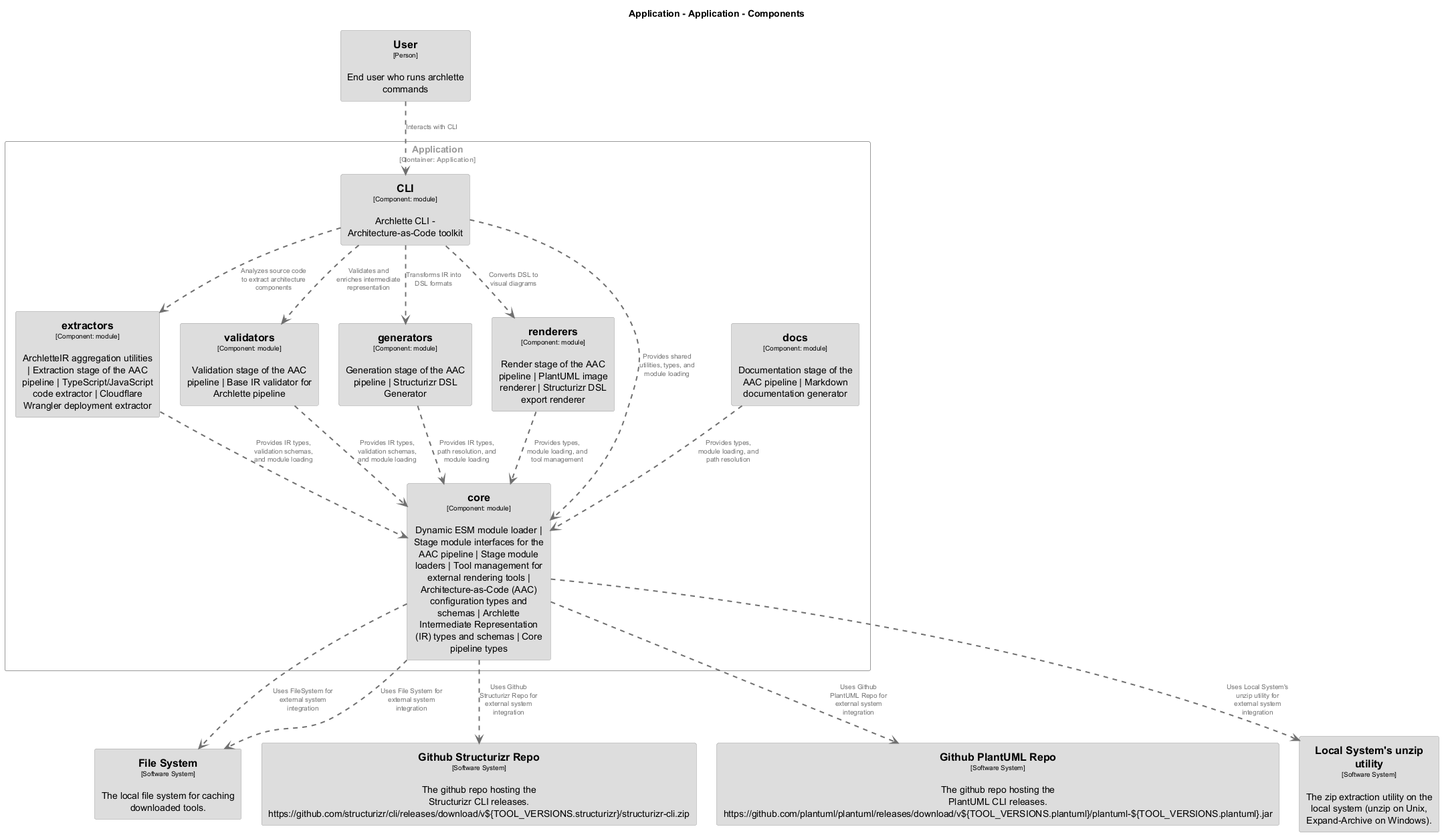
Earlier version of the PlantUML export docs/architecture/diagrams/structurizr-Components_Application.png (chrislyons-dev/archlette). The source it was exported from:
```plantuml
@startuml
set separator none
title Application - Application - Components

top to bottom direction
skinparam ranksep 60
skinparam nodesep 30

skinparam {
  arrowFontSize 10
  defaultTextAlignment center
  wrapWidth 200
  maxMessageSize 100
}

hide stereotype

skinparam rectangle<<Application.Application.CLI>> {
  BackgroundColor #dddddd
  FontColor #000000
  BorderColor #9a9a9a
  shadowing false
}
skinparam rectangle<<FileSystem>> {
  BackgroundColor #dddddd
  FontColor #000000
  BorderColor #9a9a9a
  shadowing false
}
skinparam rectangle<<FileSystem>> {
  BackgroundColor #dddddd
  FontColor #000000
  BorderColor #9a9a9a
  shadowing false
}
skinparam rectangle<<GithubPlantUMLRepo>> {
  BackgroundColor #dddddd
  FontColor #000000
  BorderColor #9a9a9a
  shadowing false
}
skinparam rectangle<<GithubStructurizrRepo>> {
  BackgroundColor #dddddd
  FontColor #000000
  BorderColor #9a9a9a
  shadowing false
}
skinparam rectangle<<LocalSystemsunziputility>> {
  BackgroundColor #dddddd
  FontColor #000000
  BorderColor #9a9a9a
  shadowing false
}
skinparam rectangle<<User>> {
  BackgroundColor #dddddd
  FontColor #000000
  BorderColor #9a9a9a
  shadowing false
}
skinparam rectangle<<Application.Application.core>> {
  BackgroundColor #dddddd
  FontColor #000000
  BorderColor #9a9a9a
  shadowing false
}
skinparam rectangle<<Application.Application.docs>> {
  BackgroundColor #dddddd
  FontColor #000000
  BorderColor #9a9a9a
  shadowing false
}
skinparam rectangle<<Application.Application.extractors>> {
  BackgroundColor #dddddd
  FontColor #000000
  BorderColor #9a9a9a
  shadowing false
}
skinparam rectangle<<Application.Application.generators>> {
  BackgroundColor #dddddd
  FontColor #000000
  BorderColor #9a9a9a
  shadowing false
}
skinparam rectangle<<Application.Application.renderers>> {
  BackgroundColor #dddddd
  FontColor #000000
  BorderColor #9a9a9a
  shadowing false
}
skinparam rectangle<<Application.Application.validators>> {
  BackgroundColor #dddddd
  FontColor #000000
  BorderColor #9a9a9a
  shadowing false
}
skinparam rectangle<<Application.Application>> {
  BorderColor #9a9a9a
  FontColor #9a9a9a
  shadowing false
}

rectangle "==User\n<size:10>[Person]</size>\n\nEnd user who runs archlette commands" <<User>> as User
rectangle "==FileSystem\n<size:10>[Software System]</size>\n\nFile system for reading and writing files" <<FileSystem>> as FileSystem
rectangle "==Github Structurizr Repo\n<size:10>[Software System]</size>\n\nThe github repo hosting the Structurizr CLI releases. https://github.com/structurizr/cli/releases/download/v${TOOL_VERSIONS.structurizr}/structurizr-cli.zip" <<GithubStructurizrRepo>> as GithubStructurizrRepo
rectangle "==Github PlantUML Repo\n<size:10>[Software System]</size>\n\nThe github repo hosting the PlantUML CLI releases. https://github.com/plantuml/plantuml/releases/download/v${TOOL_VERSIONS.plantuml}/plantuml-${TOOL_VERSIONS.plantuml}.jar" <<GithubPlantUMLRepo>> as GithubPlantUMLRepo
rectangle "==Local System's unzip utility\n<size:10>[Software System]</size>\n\nThe zip extraction utility on the local system (unzip on Unix, Expand-Archive on Windows)." <<LocalSystemsunziputility>> as LocalSystemsunziputility
rectangle "==File System\n<size:10>[Software System]</size>\n\nThe local file system for caching downloaded tools." <<FileSystem>> as FileSystem

rectangle "Application\n<size:10>[Container: Application]</size>" <<Application.Application>> {
  rectangle "==extractors\n<size:10>[Component: module]</size>\n\nArchletteIR aggregation utilities | Extraction stage of the AAC pipeline | TypeScript/JavaScript code extractor | Cloudflare Wrangler deployment extractor" <<Application.Application.extractors>> as Application.Application.extractors
  rectangle "==validators\n<size:10>[Component: module]</size>\n\nValidation stage of the AAC pipeline | Base IR validator for Archlette pipeline" <<Application.Application.validators>> as Application.Application.validators
  rectangle "==generators\n<size:10>[Component: module]</size>\n\nGeneration stage of the AAC pipeline | Structurizr DSL Generator" <<Application.Application.generators>> as Application.Application.generators
  rectangle "==renderers\n<size:10>[Component: module]</size>\n\nRender stage of the AAC pipeline | PlantUML image renderer | Structurizr DSL export renderer" <<Application.Application.renderers>> as Application.Application.renderers
  rectangle "==docs\n<size:10>[Component: module]</size>\n\nDocumentation stage of the AAC pipeline | Markdown documentation generator" <<Application.Application.docs>> as Application.Application.docs
  rectangle "==core\n<size:10>[Component: module]</size>\n\nDynamic ESM module loader | Stage module interfaces for the AAC pipeline | Stage module loaders | Tool management for external rendering tools | Architecture-as-Code (AAC) configuration types and schemas | Archlette Intermediate Representation (IR) types and schemas | Core pipeline types" <<Application.Application.core>> as Application.Application.core
  rectangle "==CLI\n<size:10>[Component: module]</size>\n\nArchlette CLI - Architecture-as-Code toolkit" <<Application.Application.CLI>> as Application.Application.CLI
}

Application.Application.core .[#707070,thickness=2].> FileSystem : "<color:#707070>Uses FileSystem for external system integration"
Application.Application.core .[#707070,thickness=2].> GithubStructurizrRepo : "<color:#707070>Uses Github Structurizr Repo for external system integration"
Application.Application.core .[#707070,thickness=2].> GithubPlantUMLRepo : "<color:#707070>Uses Github PlantUML Repo for external system integration"
Application.Application.core .[#707070,thickness=2].> LocalSystemsunziputility : "<color:#707070>Uses Local System's unzip utility for external system integration"
Application.Application.core .[#707070,thickness=2].> FileSystem : "<color:#707070>Uses File System for external system integration"
Application.Application.CLI .[#707070,thickness=2].> Application.Application.extractors : "<color:#707070>Analyzes source code to extract architecture components"
Application.Application.CLI .[#707070,thickness=2].> Application.Application.validators : "<color:#707070>Validates and enriches intermediate representation"
Application.Application.CLI .[#707070,thickness=2].> Application.Application.generators : "<color:#707070>Transforms IR into DSL formats"
Application.Application.CLI .[#707070,thickness=2].> Application.Application.renderers : "<color:#707070>Converts DSL to visual diagrams"
Application.Application.CLI .[#707070,thickness=2].> Application.Application.core : "<color:#707070>Provides shared utilities, types, and module loading"
Application.Application.extractors .[#707070,thickness=2].> Application.Application.core : "<color:#707070>Provides IR types, validation schemas, and module loading"
Application.Application.validators .[#707070,thickness=2].> Application.Application.core : "<color:#707070>Provides IR types, validation schemas, and module loading"
Application.Application.generators .[#707070,thickness=2].> Application.Application.core : "<color:#707070>Provides IR types, path resolution, and module loading"
Application.Application.renderers .[#707070,thickness=2].> Application.Application.core : "<color:#707070>Provides types, module loading, and tool management"
Application.Application.docs .[#707070,thickness=2].> Application.Application.core : "<color:#707070>Provides types, module loading, and path resolution"
User .[#707070,thickness=2].> Application.Application.CLI : "<color:#707070>Interacts with CLI"
@enduml
```
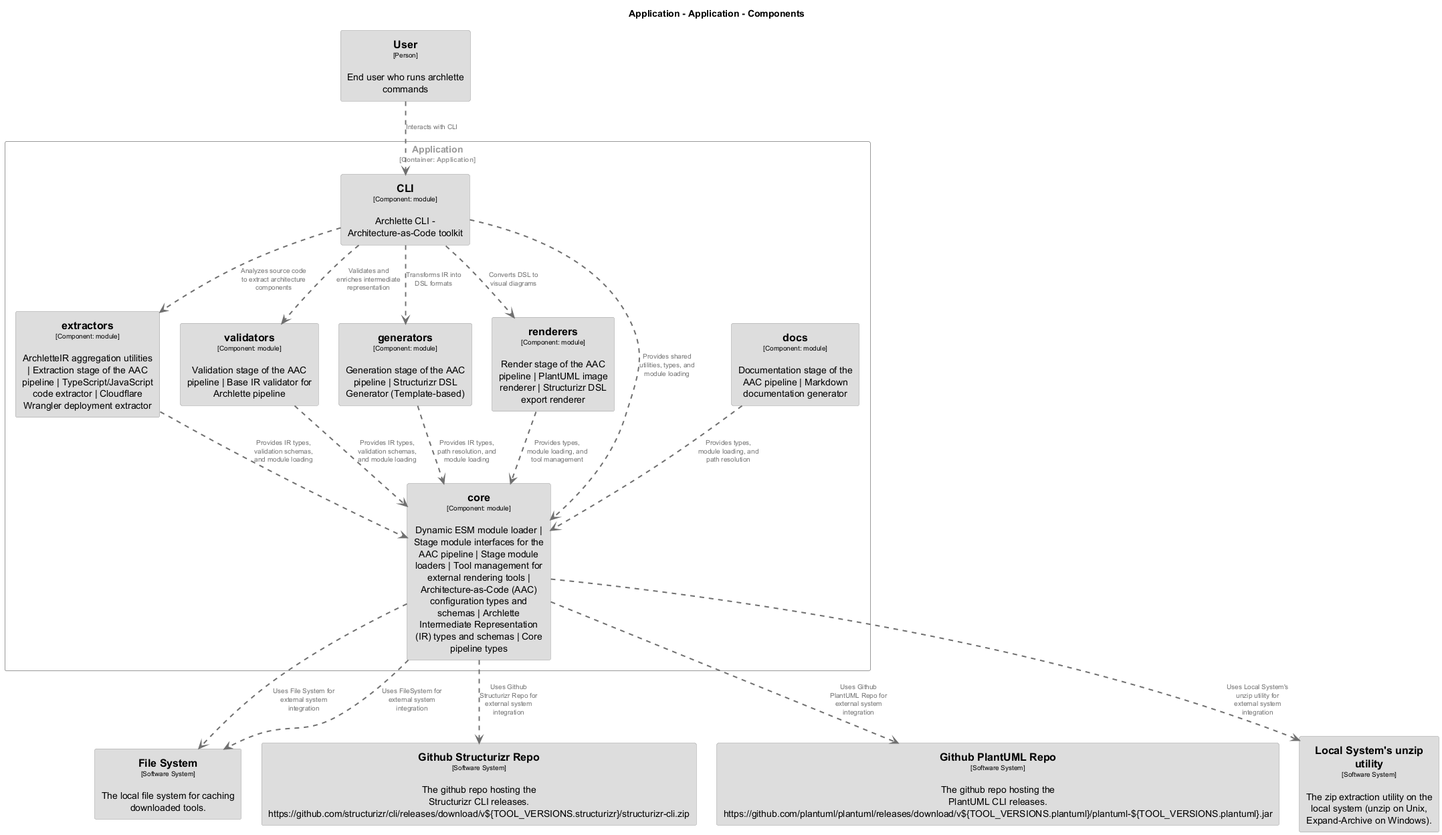
The same file after the commit.

Diff of the diagram source:
```diff
@@ -109,16 +109,13 @@
 rectangle "Application\n<size:10>[Container: Application]</size>" <<Application.Application>> {
   rectangle "==extractors\n<size:10>[Component: module]</size>\n\nArchletteIR aggregation utilities | Extraction stage of the AAC pipeline | TypeScript/JavaScript code extractor | Cloudflare Wrangler deployment extractor" <<Application.Application.extractors>> as Application.Application.extractors
   rectangle "==validators\n<size:10>[Component: module]</size>\n\nValidation stage of the AAC pipeline | Base IR validator for Archlette pipeline" <<Application.Application.validators>> as Application.Application.validators
-  rectangle "==generators\n<size:10>[Component: module]</size>\n\nGeneration stage of the AAC pipeline | Structurizr DSL Generator" <<Application.Application.generators>> as Application.Application.generators
+  rectangle "==generators\n<size:10>[Component: module]</size>\n\nGeneration stage of the AAC pipeline | Structurizr DSL Generator (Template-based)" <<Application.Application.generators>> as Application.Application.generators
   rectangle "==renderers\n<size:10>[Component: module]</size>\n\nRender stage of the AAC pipeline | PlantUML image renderer | Structurizr DSL export renderer" <<Application.Application.renderers>> as Application.Application.renderers
   rectangle "==docs\n<size:10>[Component: module]</size>\n\nDocumentation stage of the AAC pipeline | Markdown documentation generator" <<Application.Application.docs>> as Application.Application.docs
   rectangle "==core\n<size:10>[Component: module]</size>\n\nDynamic ESM module loader | Stage module interfaces for the AAC pipeline | Stage module loaders | Tool management for external rendering tools | Architecture-as-Code (AAC) configuration types and schemas | Archlette Intermediate Representation (IR) types and schemas | Core pipeline types" <<Application.Application.core>> as Application.Application.core
   rectangle "==CLI\n<size:10>[Component: module]</size>\n\nArchlette CLI - Architecture-as-Code toolkit" <<Application.Application.CLI>> as Application.Application.CLI
 }
 
-Application.Application.core .[#707070,thickness=2].> FileSystem : "<color:#707070>Uses FileSystem for external system integration"
-Application.Application.core .[#707070,thickness=2].> GithubStructurizrRepo : "<color:#707070>Uses Github Structurizr Repo for external system integration"
-Application.Application.core .[#707070,thickness=2].> GithubPlantUMLRepo : "<color:#707070>Uses Github PlantUML Repo for external system integration"
 Application.Application.core .[#707070,thickness=2].> LocalSystemsunziputility : "<color:#707070>Uses Local System's unzip utility for external system integration"
 Application.Application.core .[#707070,thickness=2].> FileSystem : "<color:#707070>Uses File System for external system integration"
 Application.Application.CLI .[#707070,thickness=2].> Application.Application.extractors : "<color:#707070>Analyzes source code to extract architecture components"
@@ -132,4 +129,7 @@
 Application.Application.renderers .[#707070,thickness=2].> Application.Application.core : "<color:#707070>Provides types, module loading, and tool management"
 Application.Application.docs .[#707070,thickness=2].> Application.Application.core : "<color:#707070>Provides types, module loading, and path resolution"
 User .[#707070,thickness=2].> Application.Application.CLI : "<color:#707070>Interacts with CLI"
+Application.Application.core .[#707070,thickness=2].> FileSystem : "<color:#707070>Uses FileSystem for external system integration"
+Application.Application.core .[#707070,thickness=2].> GithubStructurizrRepo : "<color:#707070>Uses Github Structurizr Repo for external system integration"
+Application.Application.core .[#707070,thickness=2].> GithubPlantUMLRepo : "<color:#707070>Uses Github PlantUML Repo for external system integration"
 @enduml
```
